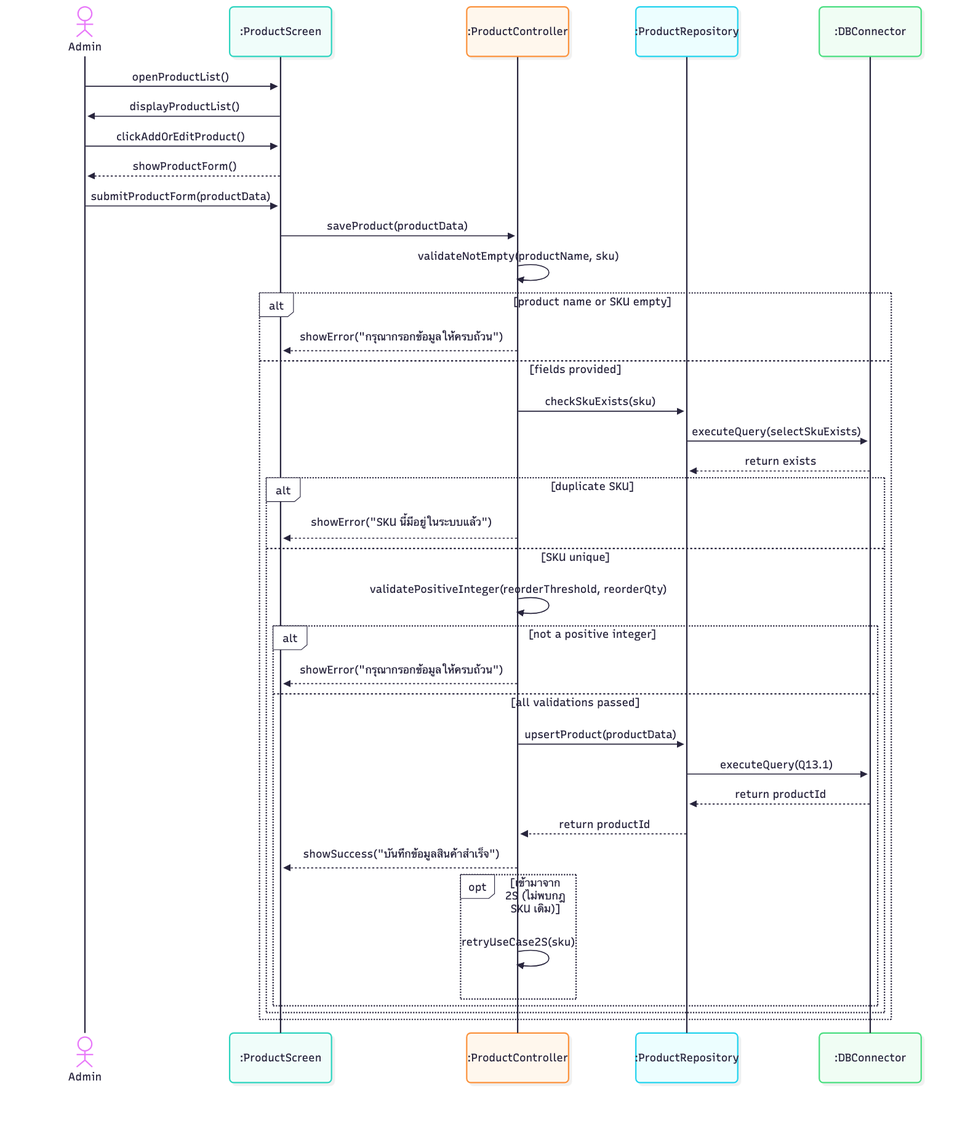
Before: 03-chapter2-use-case-descriptions/diagrams/png/3A-sequence.png, a diagram exported from Mermaid (xbpkdi/321-sa-proj). Its source is kept beside it as 03-chapter2-use-case-descriptions/diagrams/mmd/3A-sequence.mmd. The source it was exported from:
```mermaid
sequenceDiagram
    actor Admin
    participant Screen as :ProductScreen
    participant PC as :ProductController
    participant ProdRepo as :ProductRepository
    participant DB as :DBConnector

    Admin->>Screen: openProductList()
    Screen->>Admin: displayProductList()
    Admin->>Screen: clickAddOrEditProduct()
    Screen-->>Admin: showProductForm()

    Admin->>Screen: submitProductForm(productData)
    Screen->>PC: saveProduct(productData)
    PC->>PC: validateNotEmpty(productName, sku)
    alt product name or SKU empty
        PC-->>Screen: showError("กรุณากรอกข้อมูลให้ครบถ้วน")
    else fields provided
        PC->>ProdRepo: checkSkuExists(sku)
        ProdRepo->>DB: executeQuery(selectSkuExists)
        DB-->>ProdRepo: return exists
        alt duplicate SKU
            PC-->>Screen: showError("SKU นี้มีอยู่ในระบบแล้ว")
        else SKU unique
            PC->>PC: validatePositiveInteger(reorderThreshold, reorderQty)
            alt not a positive integer
                PC-->>Screen: showError("กรุณากรอกข้อมูลให้ครบถ้วน")
            else all validations passed
                PC->>ProdRepo: upsertProduct(productData)
                ProdRepo->>DB: executeQuery(Q13.1)
                DB-->>ProdRepo: return productId
                ProdRepo-->>PC: return productId
                PC-->>Screen: showSuccess("บันทึกข้อมูลสินค้าสำเร็จ")
                opt เข้ามาจาก 2S (ไม่พบกฎ SKU เดิม)
                    PC->>PC: retryUseCase2S(sku)
                end
            end
        end
    end
```
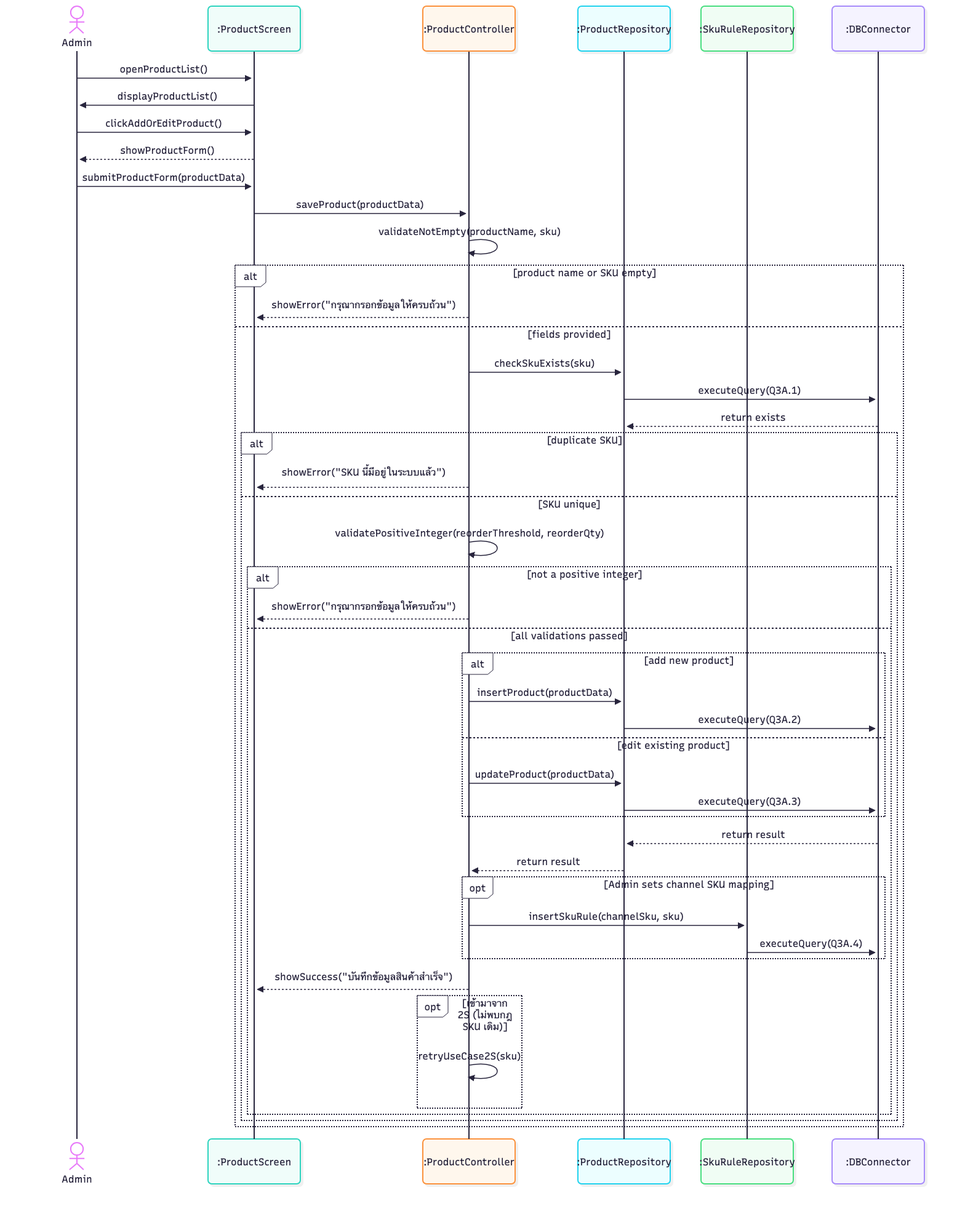
Later version of the same file.

Change to the diagram source:
```diff
@@ -3,6 +3,7 @@
     participant Screen as :ProductScreen
     participant PC as :ProductController
     participant ProdRepo as :ProductRepository
+    participant SkuRepo as :SkuRuleRepository
     participant DB as :DBConnector
 
     Admin->>Screen: openProductList()
@@ -17,7 +18,7 @@
         PC-->>Screen: showError("กรุณากรอกข้อมูลให้ครบถ้วน")
     else fields provided
         PC->>ProdRepo: checkSkuExists(sku)
-        ProdRepo->>DB: executeQuery(selectSkuExists)
+        ProdRepo->>DB: executeQuery(Q3A.1)
         DB-->>ProdRepo: return exists
         alt duplicate SKU
             PC-->>Screen: showError("SKU นี้มีอยู่ในระบบแล้ว")
@@ -26,10 +27,19 @@
             alt not a positive integer
                 PC-->>Screen: showError("กรุณากรอกข้อมูลให้ครบถ้วน")
             else all validations passed
-                PC->>ProdRepo: upsertProduct(productData)
-                ProdRepo->>DB: executeQuery(Q13.1)
-                DB-->>ProdRepo: return productId
-                ProdRepo-->>PC: return productId
+                alt add new product
+                    PC->>ProdRepo: insertProduct(productData)
+                    ProdRepo->>DB: executeQuery(Q3A.2)
+                else edit existing product
+                    PC->>ProdRepo: updateProduct(productData)
+                    ProdRepo->>DB: executeQuery(Q3A.3)
+                end
+                DB-->>ProdRepo: return result
+                ProdRepo-->>PC: return result
+                opt Admin sets channel SKU mapping
+                    PC->>SkuRepo: insertSkuRule(channelSku, sku)
+                    SkuRepo->>DB: executeQuery(Q3A.4)
+                end
                 PC-->>Screen: showSuccess("บันทึกข้อมูลสินค้าสำเร็จ")
                 opt เข้ามาจาก 2S (ไม่พบกฎ SKU เดิม)
                     PC->>PC: retryUseCase2S(sku)
```
